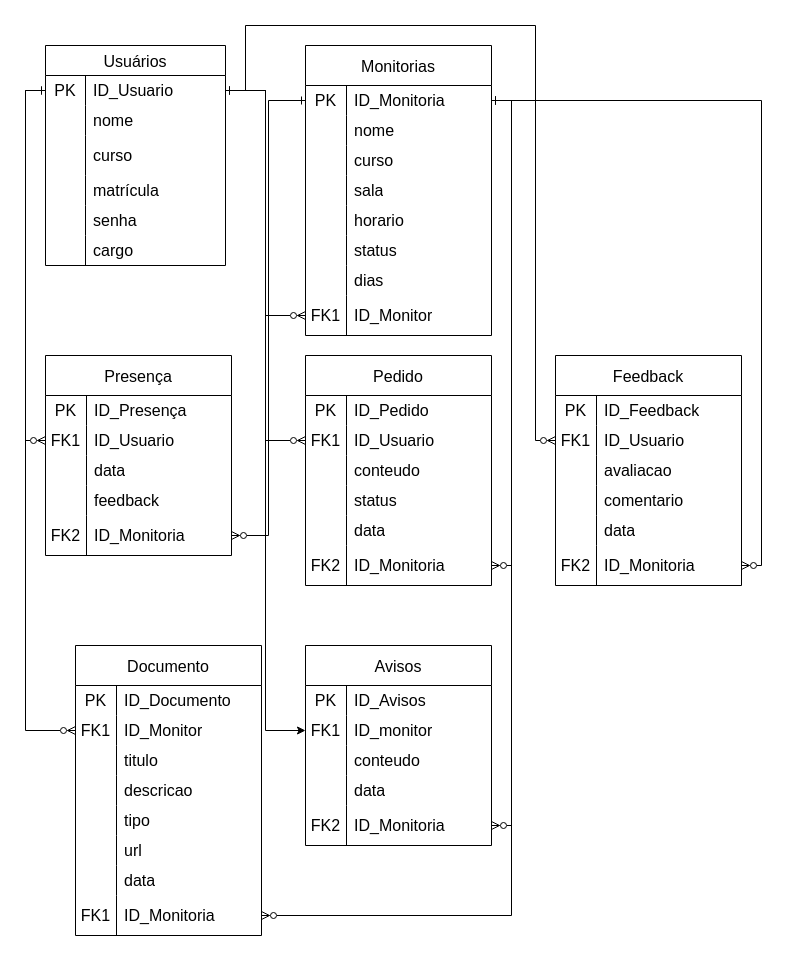
Before: Monitorrei.drawio in Arthurbart/MoniTorrei, a draw.io diagram. Source tidied: cells renumbered, new cells numbered last; positions are measured from the earlier drawing's top-left corner, leaving out a move shared by most shapes. Both pictures are drawn from the tidied source at 100%, with x=0, y=0 at pixel (45, 25).
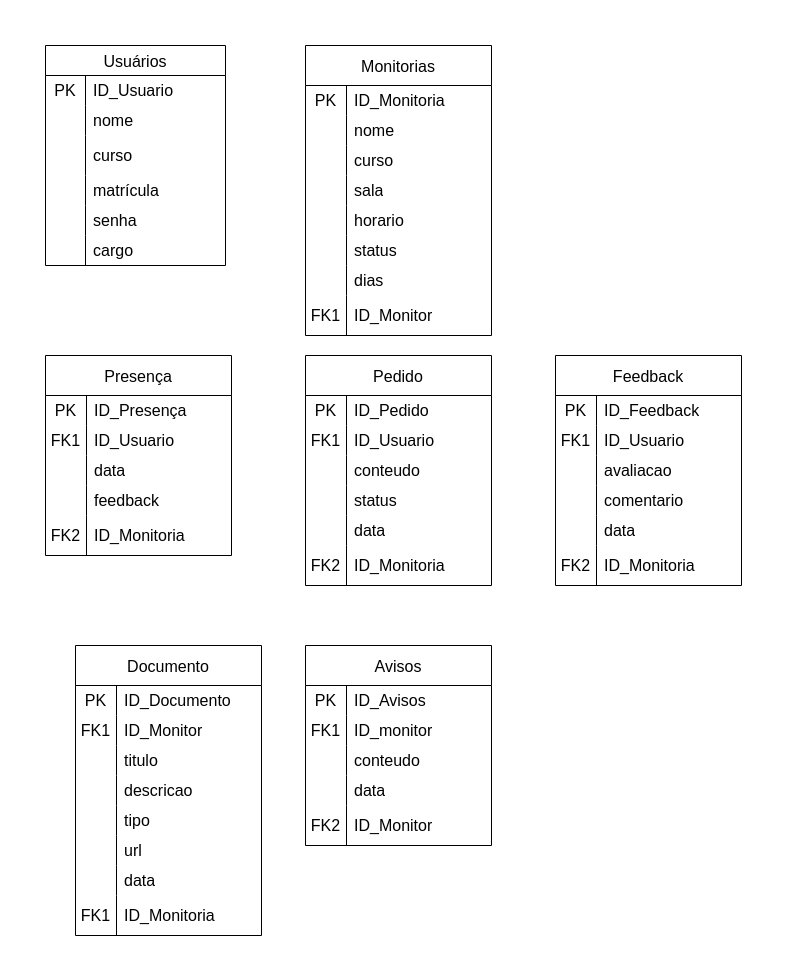
The same page after the edit.

The change refers to these unchanged cells:
```xml
<mxCell id="3" style="shape=tableRow;horizontal=0;startSize=0;swimlaneHead=0;swimlaneBody=0;top=0;left=0;bottom=0;right=0;fillColor=none;points=[[0,0.5],[1,0.5]];portConstraint=eastwest;strokeColor=inherit;fontSize=16;" parent="2" vertex="1">
  <mxGeometry y="30" width="180" height="30" as="geometry" />
</mxCell>
<mxCell id="22" style="shape=tableRow;horizontal=0;startSize=0;swimlaneHead=0;swimlaneBody=0;top=0;left=0;bottom=0;right=0;fillColor=none;points=[[0,0.5],[1,0.5]];portConstraint=eastwest;strokeColor=inherit;fontSize=16;" parent="21" vertex="1">
  <mxGeometry y="40" width="186" height="30" as="geometry" />
</mxCell>
<mxCell id="43" style="shape=tableRow;horizontal=0;startSize=0;swimlaneHead=0;swimlaneBody=0;top=0;left=0;bottom=0;right=0;fillColor=none;points=[[0,0.5],[1,0.5]];portConstraint=eastwest;strokeColor=inherit;fontSize=16;" parent="21" vertex="1">
  <mxGeometry y="250" width="186" height="40" as="geometry" />
</mxCell>
<mxCell id="50" style="shape=tableRow;horizontal=0;startSize=0;swimlaneHead=0;swimlaneBody=0;top=0;left=0;bottom=0;right=0;fillColor=none;points=[[0,0.5],[1,0.5]];portConstraint=eastwest;strokeColor=inherit;fontSize=16;" parent="46" vertex="1">
  <mxGeometry y="70" width="186" height="30" as="geometry" />
</mxCell>
<mxCell id="68" style="shape=tableRow;horizontal=0;startSize=0;swimlaneHead=0;swimlaneBody=0;top=0;left=0;bottom=0;right=0;fillColor=none;points=[[0,0.5],[1,0.5]];portConstraint=eastwest;strokeColor=inherit;fontSize=16;" parent="46" vertex="1">
  <mxGeometry y="250" width="186" height="40" as="geometry" />
</mxCell>
<mxCell id="75" style="shape=tableRow;horizontal=0;startSize=0;swimlaneHead=0;swimlaneBody=0;top=0;left=0;bottom=0;right=0;fillColor=none;points=[[0,0.5],[1,0.5]];portConstraint=eastwest;strokeColor=inherit;fontSize=16;" parent="71" vertex="1">
  <mxGeometry y="70" width="186" height="30" as="geometry" />
</mxCell>
<mxCell id="87" style="shape=tableRow;horizontal=0;startSize=0;swimlaneHead=0;swimlaneBody=0;top=0;left=0;bottom=0;right=0;fillColor=none;points=[[0,0.5],[1,0.5]];portConstraint=eastwest;strokeColor=inherit;fontSize=16;" parent="71" vertex="1">
  <mxGeometry y="190" width="186" height="40" as="geometry" />
</mxCell>
<mxCell id="94" style="shape=tableRow;horizontal=0;startSize=0;swimlaneHead=0;swimlaneBody=0;top=0;left=0;bottom=0;right=0;fillColor=none;points=[[0,0.5],[1,0.5]];portConstraint=eastwest;strokeColor=inherit;fontSize=16;" parent="90" vertex="1">
  <mxGeometry y="70" width="186" height="30" as="geometry" />
</mxCell>
<mxCell id="103" style="shape=tableRow;horizontal=0;startSize=0;swimlaneHead=0;swimlaneBody=0;top=0;left=0;bottom=0;right=0;fillColor=none;points=[[0,0.5],[1,0.5]];portConstraint=eastwest;strokeColor=inherit;fontSize=16;" parent="90" vertex="1">
  <mxGeometry y="160" width="186" height="40" as="geometry" />
</mxCell>
<mxCell id="110" style="shape=tableRow;horizontal=0;startSize=0;swimlaneHead=0;swimlaneBody=0;top=0;left=0;bottom=0;right=0;fillColor=none;points=[[0,0.5],[1,0.5]];portConstraint=eastwest;strokeColor=inherit;fontSize=16;" parent="106" vertex="1">
  <mxGeometry y="70" width="186" height="30" as="geometry" />
</mxCell>
<mxCell id="119" style="shape=tableRow;horizontal=0;startSize=0;swimlaneHead=0;swimlaneBody=0;top=0;left=0;bottom=0;right=0;fillColor=none;points=[[0,0.5],[1,0.5]];portConstraint=eastwest;strokeColor=inherit;fontSize=16;" parent="106" vertex="1">
  <mxGeometry y="160" width="186" height="40" as="geometry" />
</mxCell>
<mxCell id="126" style="shape=tableRow;horizontal=0;startSize=0;swimlaneHead=0;swimlaneBody=0;top=0;left=0;bottom=0;right=0;fillColor=none;points=[[0,0.5],[1,0.5]];portConstraint=eastwest;strokeColor=inherit;fontSize=16;" parent="122" vertex="1">
  <mxGeometry y="70" width="186" height="30" as="geometry" />
</mxCell>
<mxCell id="138" style="shape=tableRow;horizontal=0;startSize=0;swimlaneHead=0;swimlaneBody=0;top=0;left=0;bottom=0;right=0;fillColor=none;points=[[0,0.5],[1,0.5]];portConstraint=eastwest;strokeColor=inherit;fontSize=16;" parent="122" vertex="1">
  <mxGeometry y="190" width="186" height="40" as="geometry" />
</mxCell>
```

What changed in the source:
```diff
@@
-    <mxCell id="121" value="ID_Monitoria" style="shape=partialRectangle;html=1;whiteSpace=wrap;fillColor=none;top=0;left=0;bottom=0;right=0;align=left;spacingLeft=6;overflow=hidden;strokeColor=inherit;fontSize=16;" parent="119" vertex="1">
+    <mxCell id="121" value="ID_Monitor" style="shape=partialRectangle;html=1;whiteSpace=wrap;fillColor=none;top=0;left=0;bottom=0;right=0;align=left;spacingLeft=6;overflow=hidden;strokeColor=inherit;fontSize=16;" parent="119" vertex="1">
       <mxGeometry x="41" width="145" height="40" as="geometry" />
     </mxCell>
@@
-    <mxCell id="141" style="edgeStyle=orthogonalEdgeStyle;rounded=0;jettySize=auto;html=1;exitX=0;exitY=0.5;exitDx=0;exitDy=0;entryX=1;entryY=0.5;entryDx=0;entryDy=0;endArrow=ERone;endFill=0;startArrow=ERzeroToMany;startFill=0;" parent="1" edge="1" source="43" target="3">
-      <mxGeometry relative="1" as="geometry" />
-    </mxCell>
-    <mxCell id="142" style="edgeStyle=orthogonalEdgeStyle;rounded=0;jettySize=auto;html=1;exitX=1;exitY=0.5;exitDx=0;exitDy=0;entryX=1;entryY=0.5;entryDx=0;entryDy=0;startArrow=ERone;startFill=0;endArrow=ERzeroToMany;endFill=0;" parent="1" edge="1" source="22" target="87">
-      <mxGeometry relative="1" as="geometry" />
-    </mxCell>
-    <mxCell id="143" style="edgeStyle=orthogonalEdgeStyle;rounded=0;jettySize=auto;html=1;exitX=1;exitY=0.5;exitDx=0;exitDy=0;entryX=1;entryY=0.5;entryDx=0;entryDy=0;startArrow=ERone;startFill=0;endArrow=ERzeroToMany;endFill=0;" parent="1" edge="1" source="22" target="138">
-      <mxGeometry relative="1" as="geometry" />
-    </mxCell>
-    <mxCell id="144" style="edgeStyle=orthogonalEdgeStyle;rounded=0;jettySize=auto;html=1;exitX=1;exitY=0.5;exitDx=0;exitDy=0;entryX=1;entryY=0.5;entryDx=0;entryDy=0;startArrow=ERone;startFill=0;endArrow=ERzeroToMany;endFill=0;" parent="1" edge="1" source="22" target="119">
-      <mxGeometry relative="1" as="geometry" />
-    </mxCell>
-    <mxCell id="145" style="edgeStyle=orthogonalEdgeStyle;rounded=0;jettySize=auto;html=1;exitX=1;exitY=0.5;exitDx=0;exitDy=0;entryX=1;entryY=0.5;entryDx=0;entryDy=0;endArrow=ERzeroToMany;endFill=0;startArrow=ERone;startFill=0;" parent="1" edge="1" source="22" target="68">
-      <mxGeometry relative="1" as="geometry" />
-    </mxCell>
-    <mxCell id="146" style="edgeStyle=orthogonalEdgeStyle;rounded=0;jettySize=auto;html=1;exitX=0;exitY=0.5;exitDx=0;exitDy=0;entryX=1;entryY=0.5;entryDx=0;entryDy=0;startArrow=ERone;startFill=0;endArrow=ERzeroToMany;endFill=0;" parent="1" edge="1" source="22" target="103">
-      <mxGeometry relative="1" as="geometry" />
-    </mxCell>
-    <mxCell id="147" style="edgeStyle=orthogonalEdgeStyle;rounded=0;jettySize=auto;html=1;exitX=0;exitY=0.5;exitDx=0;exitDy=0;startArrow=ERone;startFill=0;endArrow=ERzeroToMany;endFill=0;" parent="1" edge="1" source="3" target="94">
-      <mxGeometry relative="1" as="geometry" />
-    </mxCell>
-    <mxCell id="148" style="edgeStyle=orthogonalEdgeStyle;rounded=0;jettySize=auto;html=1;exitX=0;exitY=0.5;exitDx=0;exitDy=0;entryX=0;entryY=0.5;entryDx=0;entryDy=0;startArrow=ERone;startFill=0;endArrow=ERzeroToMany;endFill=0;" parent="1" edge="1" source="3" target="50">
-      <mxGeometry relative="1" as="geometry" />
-    </mxCell>
-    <mxCell id="149" style="edgeStyle=orthogonalEdgeStyle;rounded=0;jettySize=auto;html=1;exitX=1;exitY=0.5;exitDx=0;exitDy=0;entryX=0;entryY=0.5;entryDx=0;entryDy=0;" parent="1" edge="1" source="3" target="110">
-      <mxGeometry relative="1" as="geometry" />
-    </mxCell>
-    <mxCell id="150" style="edgeStyle=orthogonalEdgeStyle;rounded=0;jettySize=auto;html=1;exitX=1;exitY=0.5;exitDx=0;exitDy=0;startArrow=ERone;startFill=0;endArrow=ERzeroToMany;endFill=0;" parent="1" edge="1" source="3" target="126">
-      <mxGeometry relative="1" as="geometry" />
-    </mxCell>
-    <mxCell id="151" style="edgeStyle=orthogonalEdgeStyle;rounded=0;jettySize=auto;html=1;exitX=1;exitY=0.5;exitDx=0;exitDy=0;entryX=0;entryY=0.5;entryDx=0;entryDy=0;startArrow=ERone;startFill=0;endArrow=ERzeroToMany;endFill=0;" parent="1" edge="1" source="3" target="75">
-      <mxGeometry relative="1" as="geometry">
-        <Array as="points">
-          <mxPoint x="200" y="65" />
-          <mxPoint x="200" />
-          <mxPoint x="490" />
-          <mxPoint x="490" y="415" />
-        </Array>
-      </mxGeometry>
-    </mxCell>
```
